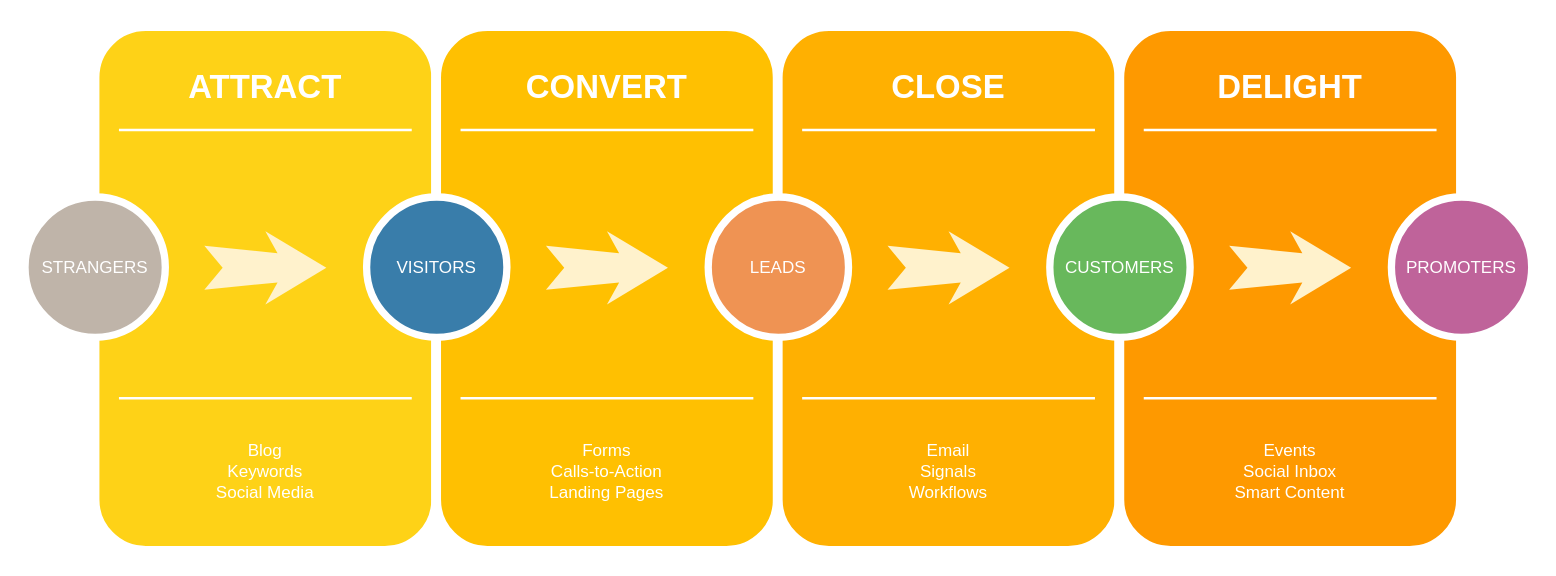
ImageProcessingBasedDietApp/ColabWorks keeps this draw.io diagram as WorkLogic.drawio. Above is the earlier version. Source tidied: cells renumbered, new cells numbered last; positions are measured from the earlier drawing's top-left corner, leaving out a move shared by most shapes. Both pictures are drawn from the tidied source at 122%, with x=0, y=0 at pixel (24, 26).
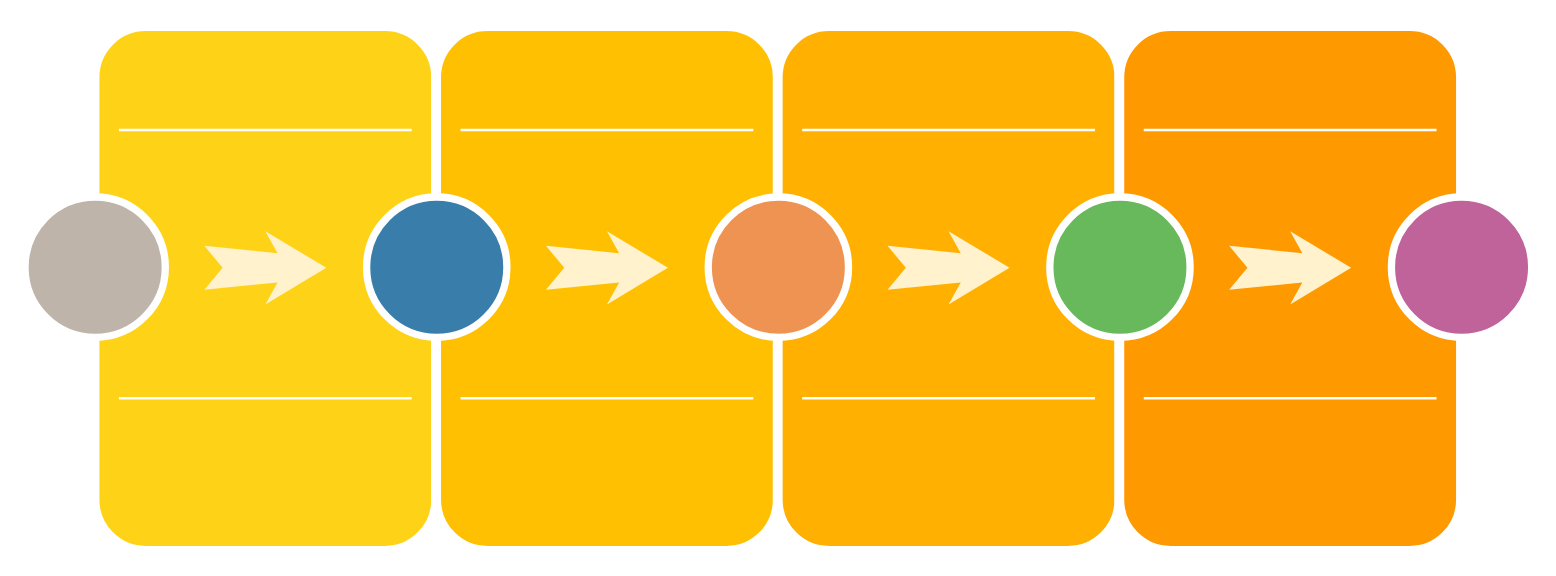
Above is the later version.

What changed in the source:
```diff
@@
-    <mxCell id="3" value="ATTRACT" style="text;html=1;strokeColor=none;fillColor=none;align=center;verticalAlign=middle;whiteSpace=wrap;rounded=0;shadow=0;fontSize=27;fontColor=#FFFFFF;fontStyle=1;" parent="1" vertex="1">
+    <mxCell id="3" style="text;html=1;strokeColor=none;fillColor=none;align=center;verticalAlign=middle;whiteSpace=wrap;rounded=0;shadow=0;fontSize=27;fontColor=#FFFFFF;fontStyle=1;" parent="1" vertex="1">
       <mxGeometry x="57" y="20" width="280" height="60" as="geometry" />
     </mxCell>
-    <mxCell id="4" value="Blog&lt;div&gt;Keywords&lt;/div&gt;&lt;div&gt;Social Media&lt;/div&gt;" style="text;html=1;strokeColor=none;fillColor=none;align=center;verticalAlign=middle;whiteSpace=wrap;rounded=0;shadow=0;fontSize=14;fontColor=#FFFFFF;" parent="1" vertex="1">
+    <mxCell id="4" style="text;html=1;strokeColor=none;fillColor=none;align=center;verticalAlign=middle;whiteSpace=wrap;rounded=0;shadow=0;fontSize=14;fontColor=#FFFFFF;" parent="1" vertex="1">
       <mxGeometry x="57" y="320" width="280" height="90" as="geometry" />
     </mxCell>
@@
-    <mxCell id="7" value="STRANGERS" style="ellipse;whiteSpace=wrap;html=1;rounded=0;shadow=0;strokeWidth=6;fontSize=14;align=center;fillColor=#BFB4A9;strokeColor=#FFFFFF;fontColor=#FFFFFF;" parent="1" vertex="1">
+    <mxCell id="7" style="ellipse;whiteSpace=wrap;html=1;rounded=0;shadow=0;strokeWidth=6;fontSize=14;align=center;fillColor=#BFB4A9;strokeColor=#FFFFFF;fontColor=#FFFFFF;" parent="1" vertex="1">
       <mxGeometry y="140" width="115" height="115" as="geometry" />
     </mxCell>
@@
-    <mxCell id="10" value="CONVERT" style="text;html=1;strokeColor=none;fillColor=none;align=center;verticalAlign=middle;whiteSpace=wrap;rounded=0;shadow=0;fontSize=27;fontColor=#FFFFFF;fontStyle=1;" parent="1" vertex="1">
+    <mxCell id="10" style="text;html=1;strokeColor=none;fillColor=none;align=center;verticalAlign=middle;whiteSpace=wrap;rounded=0;shadow=0;fontSize=27;fontColor=#FFFFFF;fontStyle=1;" parent="1" vertex="1">
       <mxGeometry x="337" y="20" width="280" height="60" as="geometry" />
     </mxCell>
-    <mxCell id="11" value="Forms&lt;div&gt;Calls-to-Action&lt;/div&gt;&lt;div&gt;Landing Pages&lt;/div&gt;" style="text;html=1;strokeColor=none;fillColor=none;align=center;verticalAlign=middle;whiteSpace=wrap;rounded=0;shadow=0;fontSize=14;fontColor=#FFFFFF;" parent="1" vertex="1">
+    <mxCell id="11" style="text;html=1;strokeColor=none;fillColor=none;align=center;verticalAlign=middle;whiteSpace=wrap;rounded=0;shadow=0;fontSize=14;fontColor=#FFFFFF;" parent="1" vertex="1">
       <mxGeometry x="337" y="320" width="280" height="90" as="geometry" />
     </mxCell>
@@
-    <mxCell id="14" value="VISITORS" style="ellipse;whiteSpace=wrap;html=1;rounded=0;shadow=0;strokeWidth=6;fontSize=14;align=center;fillColor=#397DAA;strokeColor=#FFFFFF;fontColor=#FFFFFF;" parent="1" vertex="1">
+    <mxCell id="14" style="ellipse;whiteSpace=wrap;html=1;rounded=0;shadow=0;strokeWidth=6;fontSize=14;align=center;fillColor=#397DAA;strokeColor=#FFFFFF;fontColor=#FFFFFF;" parent="1" vertex="1">
       <mxGeometry x="280" y="140" width="115" height="115" as="geometry" />
     </mxCell>
@@
-    <mxCell id="17" value="CLOSE" style="text;html=1;strokeColor=none;fillColor=none;align=center;verticalAlign=middle;whiteSpace=wrap;rounded=0;shadow=0;fontSize=27;fontColor=#FFFFFF;fontStyle=1;" parent="1" vertex="1">
+    <mxCell id="17" style="text;html=1;strokeColor=none;fillColor=none;align=center;verticalAlign=middle;whiteSpace=wrap;rounded=0;shadow=0;fontSize=27;fontColor=#FFFFFF;fontStyle=1;" parent="1" vertex="1">
       <mxGeometry x="617" y="20" width="280" height="60" as="geometry" />
     </mxCell>
-    <mxCell id="18" value="Email&lt;div&gt;Signals&lt;/div&gt;&lt;div&gt;Workflows&lt;/div&gt;" style="text;html=1;strokeColor=none;fillColor=none;align=center;verticalAlign=middle;whiteSpace=wrap;rounded=0;shadow=0;fontSize=14;fontColor=#FFFFFF;" parent="1" vertex="1">
+    <mxCell id="18" style="text;html=1;strokeColor=none;fillColor=none;align=center;verticalAlign=middle;whiteSpace=wrap;rounded=0;shadow=0;fontSize=14;fontColor=#FFFFFF;" parent="1" vertex="1">
       <mxGeometry x="617" y="320" width="280" height="90" as="geometry" />
     </mxCell>
@@
-    <mxCell id="21" value="LEADS" style="ellipse;whiteSpace=wrap;html=1;rounded=0;shadow=0;strokeWidth=6;fontSize=14;align=center;fillColor=#EF9353;strokeColor=#FFFFFF;fontColor=#FFFFFF;" parent="1" vertex="1">
+    <mxCell id="21" style="ellipse;whiteSpace=wrap;html=1;rounded=0;shadow=0;strokeWidth=6;fontSize=14;align=center;fillColor=#EF9353;strokeColor=#FFFFFF;fontColor=#FFFFFF;" parent="1" vertex="1">
       <mxGeometry x="560" y="140" width="115" height="115" as="geometry" />
     </mxCell>
@@
-    <mxCell id="24" value="DELIGHT" style="text;html=1;strokeColor=none;fillColor=none;align=center;verticalAlign=middle;whiteSpace=wrap;rounded=0;shadow=0;fontSize=27;fontColor=#FFFFFF;fontStyle=1;" parent="1" vertex="1">
+    <mxCell id="24" style="text;html=1;strokeColor=none;fillColor=none;align=center;verticalAlign=middle;whiteSpace=wrap;rounded=0;shadow=0;fontSize=27;fontColor=#FFFFFF;fontStyle=1;" parent="1" vertex="1">
       <mxGeometry x="897" y="20" width="280" height="60" as="geometry" />
     </mxCell>
-    <mxCell id="25" value="Events&lt;div&gt;Social Inbox&lt;/div&gt;&lt;div&gt;Smart Content&lt;/div&gt;" style="text;html=1;strokeColor=none;fillColor=none;align=center;verticalAlign=middle;whiteSpace=wrap;rounded=0;shadow=0;fontSize=14;fontColor=#FFFFFF;" parent="1" vertex="1">
+    <mxCell id="25" style="text;html=1;strokeColor=none;fillColor=none;align=center;verticalAlign=middle;whiteSpace=wrap;rounded=0;shadow=0;fontSize=14;fontColor=#FFFFFF;" parent="1" vertex="1">
       <mxGeometry x="897" y="320" width="280" height="90" as="geometry" />
     </mxCell>
@@
-    <mxCell id="28" value="CUSTOMERS" style="ellipse;whiteSpace=wrap;html=1;rounded=0;shadow=0;strokeWidth=6;fontSize=14;align=center;fillColor=#68B85C;strokeColor=#FFFFFF;fontColor=#FFFFFF;" parent="1" vertex="1">
+    <mxCell id="28" style="ellipse;whiteSpace=wrap;html=1;rounded=0;shadow=0;strokeWidth=6;fontSize=14;align=center;fillColor=#68B85C;strokeColor=#FFFFFF;fontColor=#FFFFFF;" parent="1" vertex="1">
       <mxGeometry x="840" y="140" width="115" height="115" as="geometry" />
     </mxCell>
@@
-    <mxCell id="30" value="PROMOTERS" style="ellipse;whiteSpace=wrap;html=1;rounded=0;shadow=0;strokeWidth=6;fontSize=14;align=center;fillColor=#BF639A;strokeColor=#FFFFFF;fontColor=#FFFFFF;" parent="1" vertex="1">
+    <mxCell id="30" style="ellipse;whiteSpace=wrap;html=1;rounded=0;shadow=0;strokeWidth=6;fontSize=14;align=center;fillColor=#BF639A;strokeColor=#FFFFFF;fontColor=#FFFFFF;" parent="1" vertex="1">
       <mxGeometry x="1120" y="140" width="115" height="115" as="geometry" />
     </mxCell>
```
